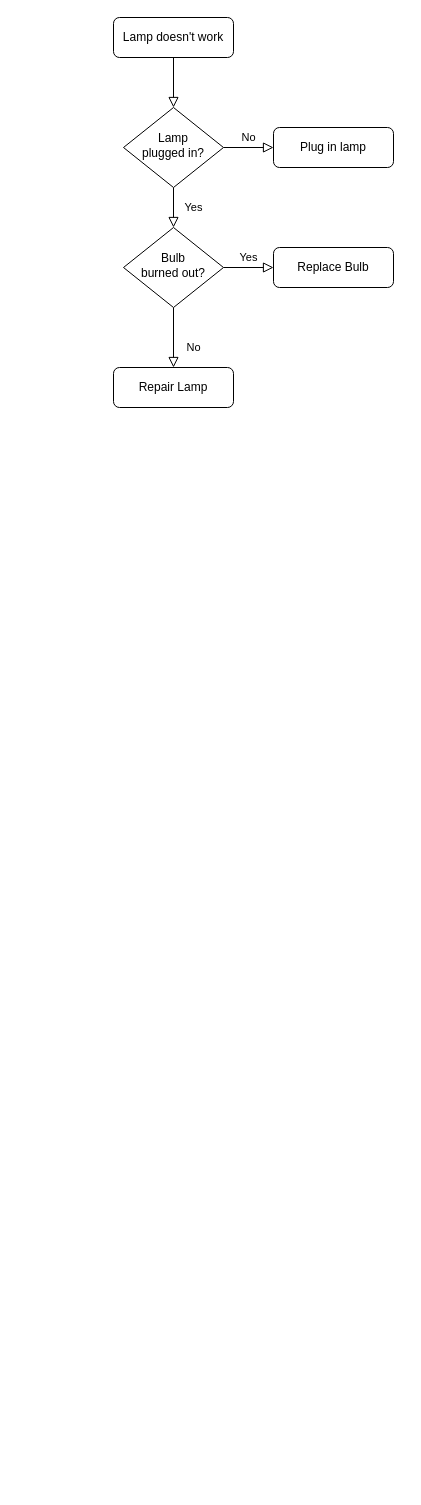
This is Untitled Diagram.drawio from Zulvanjs/Final-Project-SE-Zulvan-Jundi-s, a draw.io file, before an edit. Source tidied: cells renumbered, new cells numbered last; positions are measured from the earlier drawing's top-left corner, leaving out a move shared by most shapes. Both pictures are drawn from the tidied source at 100%, with x=0, y=0 at pixel (113, 17).
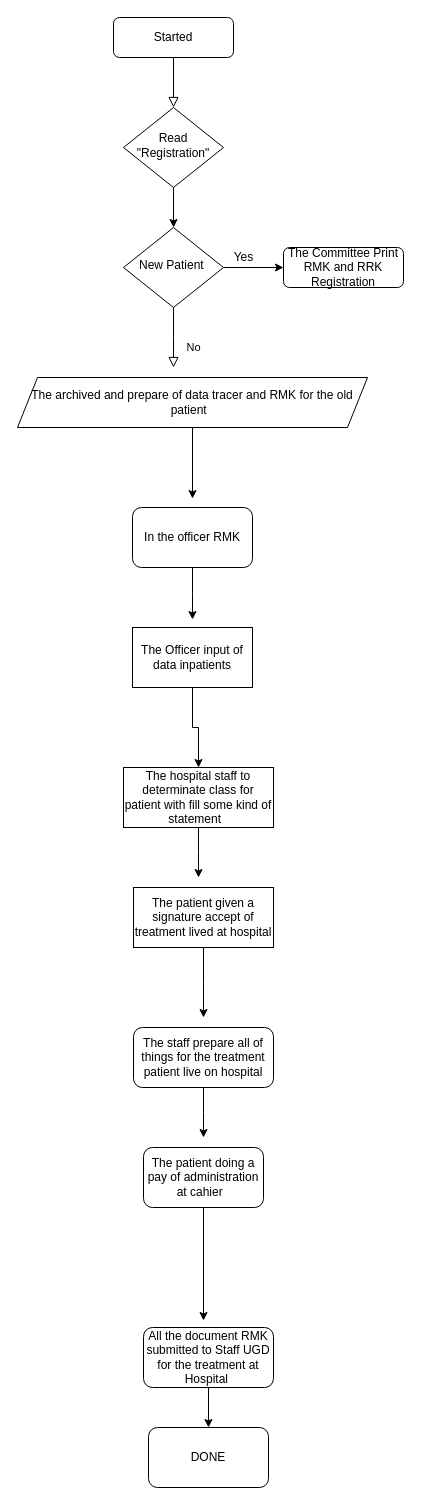
After the change.

Commit message:
Final Project Hospital Admission

The edit, as a diff of the source:
```diff
@@
-    <mxCell id="3" value="Lamp doesn't work" style="rounded=1;whiteSpace=wrap;html=1;fontSize=12;glass=0;strokeWidth=1;shadow=0;" parent="1" vertex="1">
+    <mxCell id="3" value="Started" style="rounded=1;whiteSpace=wrap;html=1;fontSize=12;glass=0;strokeWidth=1;shadow=0;" parent="1" vertex="1">
       <mxGeometry width="120" height="40" as="geometry" />
     </mxCell>
-    <mxCell id="4" value="Yes" style="rounded=0;html=1;jettySize=auto;fontSize=11;endArrow=block;endFill=0;endSize=8;strokeWidth=1;shadow=0;labelBackgroundColor=none;edgeStyle=orthogonalEdgeStyle;" parent="1" edge="1" source="6" target="10">
-      <mxGeometry y="20" relative="1" as="geometry" />
+    <mxCell id="4" style="edgeStyle=orthogonalEdgeStyle;rounded=0;jettySize=auto;html=1;" parent="1" edge="1" source="6" target="10">
+      <mxGeometry relative="1" as="geometry" />
     </mxCell>
-    <mxCell id="5" value="No" style="edgeStyle=orthogonalEdgeStyle;rounded=0;html=1;jettySize=auto;fontSize=11;endArrow=block;endFill=0;endSize=8;strokeWidth=1;shadow=0;labelBackgroundColor=none;" parent="1" edge="1" source="6" target="7">
-      <mxGeometry y="10" relative="1" as="geometry" />
-    </mxCell>
-    <mxCell id="6" value="Lamp&lt;br&gt;plugged in?" style="rhombus;whiteSpace=wrap;html=1;shadow=0;fontFamily=Helvetica;fontSize=12;align=center;strokeWidth=1;spacing=6;spacingTop=-4;" parent="1" vertex="1">
+    <mxCell id="6" value="Read &quot;Registration&quot;" style="rhombus;whiteSpace=wrap;html=1;shadow=0;fontFamily=Helvetica;fontSize=12;align=center;strokeWidth=1;spacing=6;spacingTop=-4;" parent="1" vertex="1">
       <mxGeometry x="10" y="90" width="100" height="80" as="geometry" />
     </mxCell>
-    <mxCell id="7" value="Plug in lamp" style="rounded=1;whiteSpace=wrap;html=1;fontSize=12;glass=0;strokeWidth=1;shadow=0;" parent="1" vertex="1">
-      <mxGeometry x="160" y="110" width="120" height="40" as="geometry" />
-    </mxCell>
-    <mxCell id="8" value="No" style="rounded=0;html=1;jettySize=auto;fontSize=11;endArrow=block;endFill=0;endSize=8;strokeWidth=1;shadow=0;labelBackgroundColor=none;edgeStyle=orthogonalEdgeStyle;" parent="1" edge="1" source="10" target="11">
-      <mxGeometry x="0.33" y="20" relative="1" as="geometry" />
+    <mxCell id="8" value="No" style="rounded=0;html=1;jettySize=auto;fontSize=11;endArrow=block;endFill=0;endSize=8;strokeWidth=1;shadow=0;labelBackgroundColor=none;edgeStyle=orthogonalEdgeStyle;" parent="1" edge="1" source="10">
+      <mxGeometry x="0.33" y="20" relative="1" as="geometry">
+        <mxPoint x="60" y="350" as="targetPoint" />
+      </mxGeometry>
     </mxCell>
-    <mxCell id="9" value="Yes" style="edgeStyle=orthogonalEdgeStyle;rounded=0;html=1;jettySize=auto;fontSize=11;endArrow=block;endFill=0;endSize=8;strokeWidth=1;shadow=0;labelBackgroundColor=none;" parent="1" edge="1" source="10" target="12">
-      <mxGeometry y="10" relative="1" as="geometry" />
+    <mxCell id="9" style="edgeStyle=orthogonalEdgeStyle;rounded=0;jettySize=auto;html=1;entryX=0;entryY=0.5;entryDx=0;entryDy=0;" parent="1" edge="1" source="10" target="12">
+      <mxGeometry relative="1" as="geometry" />
     </mxCell>
-    <mxCell id="10" value="Bulb&lt;br&gt;burned out?" style="rhombus;whiteSpace=wrap;html=1;shadow=0;fontFamily=Helvetica;fontSize=12;align=center;strokeWidth=1;spacing=6;spacingTop=-4;" parent="1" vertex="1">
+    <mxCell id="10" value="New Patient&amp;nbsp;" style="rhombus;whiteSpace=wrap;html=1;shadow=0;fontFamily=Helvetica;fontSize=12;align=center;strokeWidth=1;spacing=6;spacingTop=-4;" parent="1" vertex="1">
       <mxGeometry x="10" y="210" width="100" height="80" as="geometry" />
     </mxCell>
-    <mxCell id="11" value="Repair Lamp" style="rounded=1;whiteSpace=wrap;html=1;fontSize=12;glass=0;strokeWidth=1;shadow=0;" parent="1" vertex="1">
-      <mxGeometry y="350" width="120" height="40" as="geometry" />
-    </mxCell>
-    <mxCell id="12" value="Replace Bulb" style="rounded=1;whiteSpace=wrap;html=1;fontSize=12;glass=0;strokeWidth=1;shadow=0;" parent="1" vertex="1">
-      <mxGeometry x="160" y="230" width="120" height="40" as="geometry" />
+    <mxCell id="12" value="The Committee Print RMK and RRK Registration" style="rounded=1;whiteSpace=wrap;html=1;fontSize=12;glass=0;strokeWidth=1;shadow=0;" parent="1" vertex="1">
+      <mxGeometry x="170" y="230" width="120" height="40" as="geometry" />
     </mxCell>
+    <mxCell id="13" style="edgeStyle=orthogonalEdgeStyle;rounded=0;jettySize=auto;html=1;" parent="1" edge="1" source="14">
+      <mxGeometry relative="1" as="geometry">
+        <mxPoint x="79" y="481" as="targetPoint" />
+      </mxGeometry>
+    </mxCell>
+    <mxCell id="14" value="The archived and prepare of data tracer and RMK for the old patient&amp;nbsp;&amp;nbsp;" style="shape=parallelogram;perimeter=parallelogramPerimeter;whiteSpace=wrap;html=1;fixedSize=1;" parent="1" vertex="1">
+      <mxGeometry x="-96" y="360" width="350" height="50" as="geometry" />
+    </mxCell>
+    <mxCell id="15" style="edgeStyle=orthogonalEdgeStyle;rounded=0;jettySize=auto;html=1;" parent="1" edge="1" source="16">
+      <mxGeometry relative="1" as="geometry">
+        <mxPoint x="79" y="602" as="targetPoint" />
+      </mxGeometry>
+    </mxCell>
+    <mxCell id="16" value="In the officer RMK" style="rounded=1;whiteSpace=wrap;html=1;" parent="1" vertex="1">
+      <mxGeometry x="19" y="490" width="120" height="60" as="geometry" />
+    </mxCell>
+    <mxCell id="17" style="edgeStyle=orthogonalEdgeStyle;rounded=0;jettySize=auto;html=1;" parent="1" edge="1" source="18" target="20">
+      <mxGeometry relative="1" as="geometry" />
+    </mxCell>
+    <mxCell id="18" value="The Officer input of data inpatients" style="rounded=0;whiteSpace=wrap;html=1;" parent="1" vertex="1">
+      <mxGeometry x="19" y="610" width="120" height="60" as="geometry" />
+    </mxCell>
+    <mxCell id="19" style="edgeStyle=orthogonalEdgeStyle;rounded=0;jettySize=auto;html=1;" parent="1" edge="1" source="20">
+      <mxGeometry relative="1" as="geometry">
+        <mxPoint x="85" y="860" as="targetPoint" />
+      </mxGeometry>
+    </mxCell>
+    <mxCell id="20" value="The hospital staff to determinate class for patient with fill some kind of statement&amp;nbsp;&amp;nbsp;" style="rounded=0;whiteSpace=wrap;html=1;" parent="1" vertex="1">
+      <mxGeometry x="10" y="750" width="150" height="60" as="geometry" />
+    </mxCell>
+    <mxCell id="21" style="edgeStyle=orthogonalEdgeStyle;rounded=0;jettySize=auto;html=1;" parent="1" edge="1" source="22">
+      <mxGeometry relative="1" as="geometry">
+        <mxPoint x="90" y="1000" as="targetPoint" />
+      </mxGeometry>
+    </mxCell>
+    <mxCell id="22" value="The patient given a signature accept of treatment lived at hospital" style="rounded=0;whiteSpace=wrap;html=1;" parent="1" vertex="1">
+      <mxGeometry x="20" y="870" width="140" height="60" as="geometry" />
+    </mxCell>
+    <mxCell id="23" style="edgeStyle=orthogonalEdgeStyle;rounded=0;jettySize=auto;html=1;exitX=0.5;exitY=1;exitDx=0;exitDy=0;" parent="1" edge="1" source="24">
+      <mxGeometry relative="1" as="geometry">
+        <mxPoint x="90" y="1120" as="targetPoint" />
+      </mxGeometry>
+    </mxCell>
+    <mxCell id="24" value="The staff prepare all of things for the treatment patient live on hospital" style="rounded=1;whiteSpace=wrap;html=1;" parent="1" vertex="1">
+      <mxGeometry x="20" y="1010" width="140" height="60" as="geometry" />
+    </mxCell>
+    <mxCell id="25" style="edgeStyle=orthogonalEdgeStyle;rounded=0;jettySize=auto;html=1;exitX=0.5;exitY=1;exitDx=0;exitDy=0;" parent="1" edge="1" source="26">
+      <mxGeometry relative="1" as="geometry">
+        <mxPoint x="90" y="1303" as="targetPoint" />
+      </mxGeometry>
+    </mxCell>
+    <mxCell id="26" value="The patient doing a pay of administration at cahier&amp;nbsp;&amp;nbsp;" style="rounded=1;whiteSpace=wrap;html=1;" parent="1" vertex="1">
+      <mxGeometry x="30" y="1130" width="120" height="60" as="geometry" />
+    </mxCell>
+    <mxCell id="27" style="edgeStyle=orthogonalEdgeStyle;rounded=0;jettySize=auto;html=1;" parent="1" edge="1" source="28" target="29">
+      <mxGeometry relative="1" as="geometry" />
+    </mxCell>
+    <mxCell id="28" value="All the document RMK submitted to Staff UGD for the treatment at Hospital&amp;nbsp;" style="rounded=1;whiteSpace=wrap;html=1;" parent="1" vertex="1">
+      <mxGeometry x="30" y="1310" width="130" height="60" as="geometry" />
+    </mxCell>
+    <mxCell id="29" value="DONE" style="whiteSpace=wrap;html=1;rounded=1;" parent="1" vertex="1">
+      <mxGeometry x="35" y="1410" width="120" height="60" as="geometry" />
+    </mxCell>
+    <mxCell id="30" value="Yes" style="text;html=1;align=center;verticalAlign=middle;strokeColor=none;fillColor=none;" parent="1" vertex="1">
+      <mxGeometry x="110" y="225" width="40" height="30" as="geometry" />
+    </mxCell>
```
